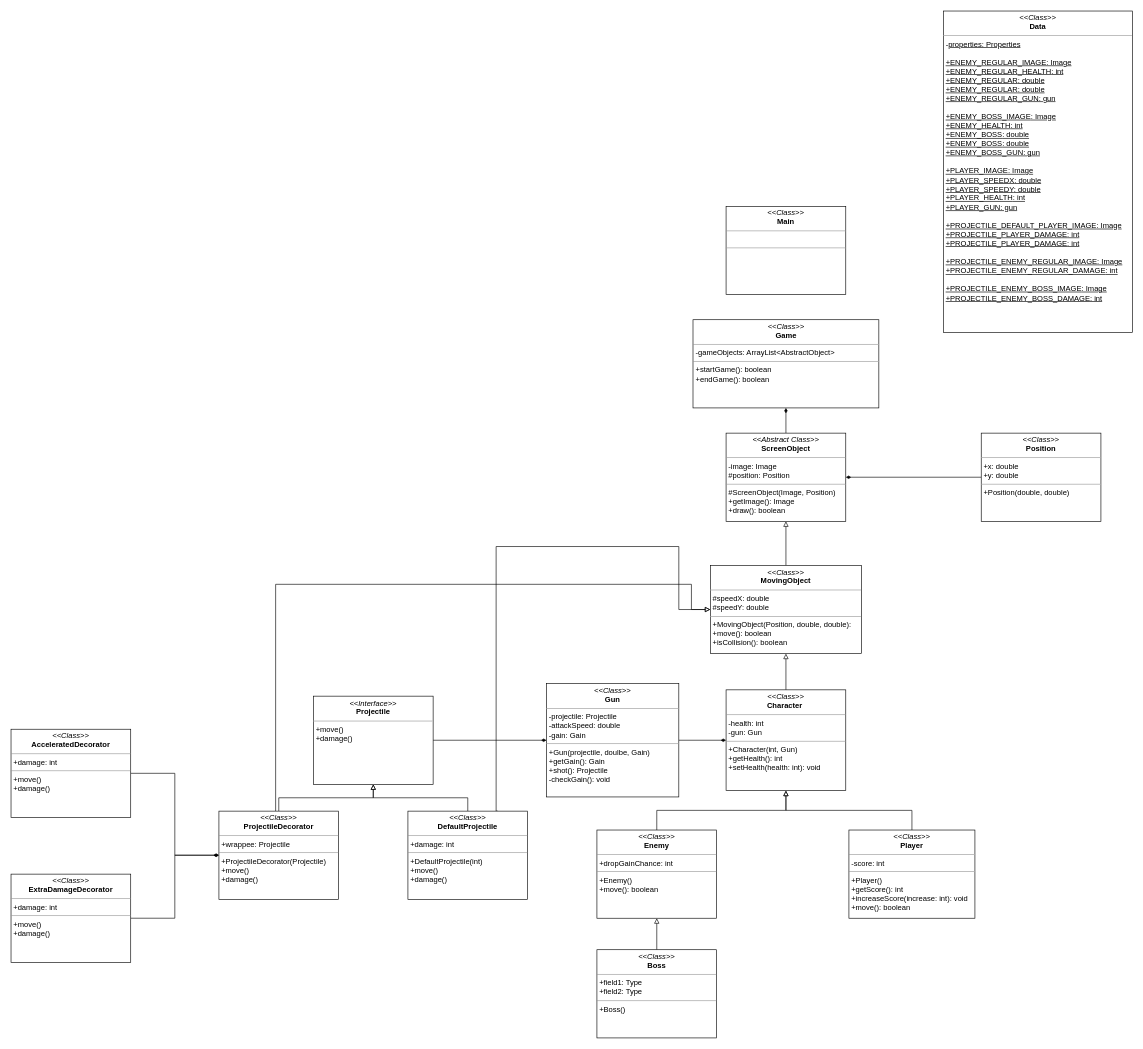
Above: Untitled Diagram.drawio in mifeus42/UML (draw.io), before the change. Source tidied: cells renumbered, new cells numbered last; positions are measured from the earlier drawing's top-left corner, leaving out a move shared by most shapes. Both pictures are drawn from the tidied source at 63%, with x=0, y=0 at pixel (11, 11).
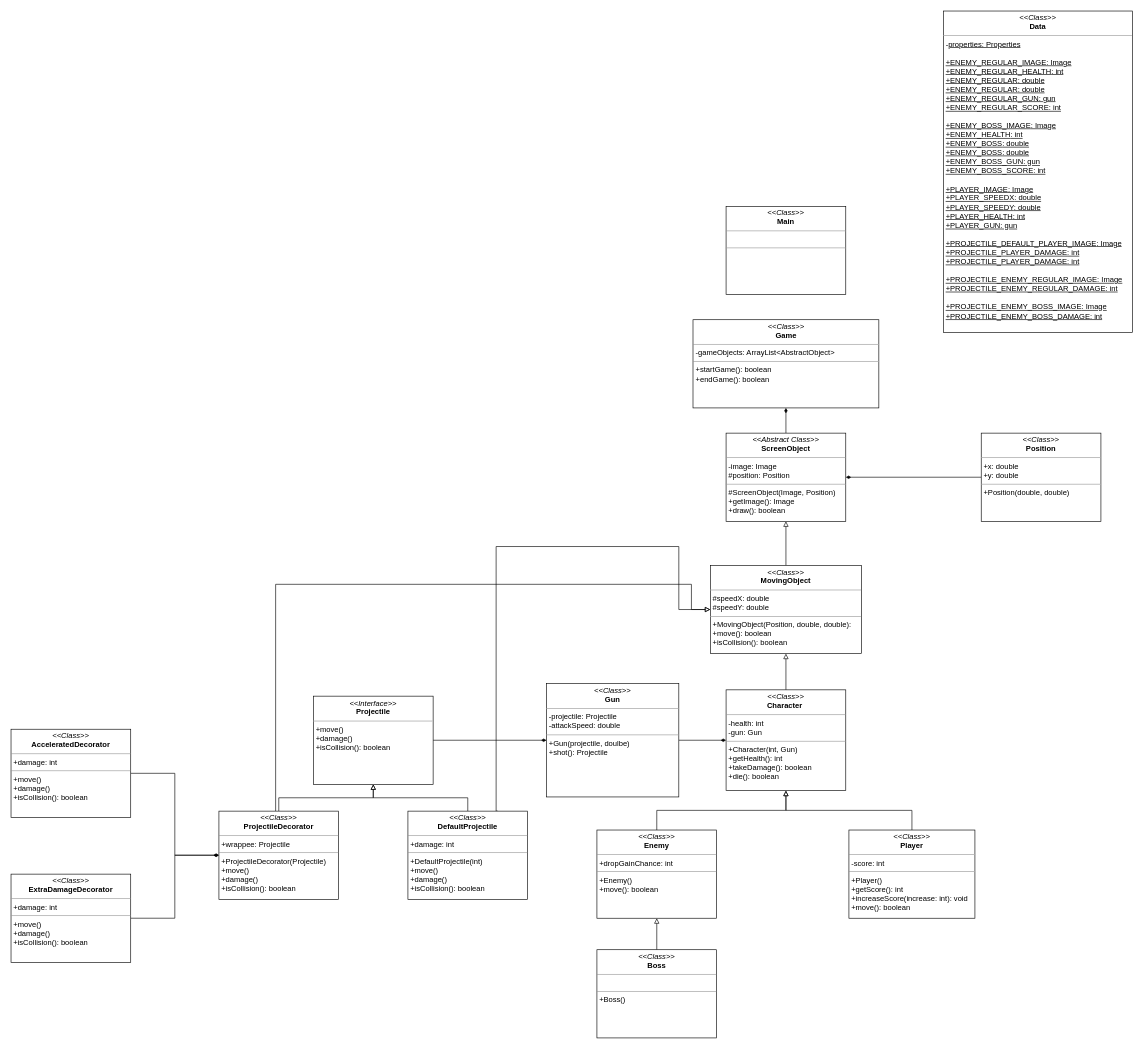
The same diagram, later.

What changed in the source:
```diff
@@
-    <mxCell id="5" value="&lt;p style=&quot;margin: 0px ; margin-top: 4px ; text-align: center&quot;&gt;&lt;i&gt;&amp;lt;&amp;lt;Class&amp;gt;&amp;gt;&lt;/i&gt;&lt;br&gt;&lt;b&gt;Gun&lt;/b&gt;&lt;/p&gt;&lt;hr size=&quot;1&quot;&gt;&lt;p style=&quot;margin: 0px ; margin-left: 4px&quot;&gt;-projectile: Projectile&lt;br&gt;-attackSpeed: double&lt;br&gt;&lt;/p&gt;&lt;p style=&quot;margin: 0px ; margin-left: 4px&quot;&gt;-gain: Gain&lt;/p&gt;&lt;hr size=&quot;1&quot;&gt;&lt;p style=&quot;margin: 0px ; margin-left: 4px&quot;&gt;+Gun(projectile, doulbe, Gain)&lt;/p&gt;&lt;p style=&quot;margin: 0px ; margin-left: 4px&quot;&gt;+getGain(): Gain&lt;/p&gt;&lt;p style=&quot;margin: 0px ; margin-left: 4px&quot;&gt;+shot(): Projectile&lt;br&gt;&lt;/p&gt;&lt;p style=&quot;margin: 0px ; margin-left: 4px&quot;&gt;-checkGain(): void&lt;/p&gt;" style="verticalAlign=top;align=left;overflow=fill;fontSize=12;fontFamily=Helvetica;html=1;" parent="1" vertex="1">
+    <mxCell id="5" value="&lt;p style=&quot;margin: 0px ; margin-top: 4px ; text-align: center&quot;&gt;&lt;i&gt;&amp;lt;&amp;lt;Class&amp;gt;&amp;gt;&lt;/i&gt;&lt;br&gt;&lt;b&gt;Gun&lt;/b&gt;&lt;/p&gt;&lt;hr size=&quot;1&quot;&gt;&lt;p style=&quot;margin: 0px ; margin-left: 4px&quot;&gt;-projectile: Projectile&lt;br&gt;-attackSpeed: double&lt;/p&gt;&lt;hr size=&quot;1&quot;&gt;&lt;p style=&quot;margin: 0px ; margin-left: 4px&quot;&gt;+Gun(projectile, doulbe)&lt;/p&gt;&lt;p style=&quot;margin: 0px ; margin-left: 4px&quot;&gt;+shot(): Projectile&lt;/p&gt;" style="verticalAlign=top;align=left;overflow=fill;fontSize=12;fontFamily=Helvetica;html=1;" parent="1" vertex="1">
       <mxGeometry x="850" y="1067.5" width="210" height="180" as="geometry" />
     </mxCell>
@@
-    <mxCell id="18" value="&lt;p style=&quot;margin: 0px ; margin-top: 4px ; text-align: center&quot;&gt;&lt;i&gt;&amp;lt;&amp;lt;Interface&amp;gt;&amp;gt;&lt;/i&gt;&lt;br&gt;&lt;b&gt;Projectile&lt;/b&gt;&lt;/p&gt;&lt;hr size=&quot;1&quot;&gt;&lt;p style=&quot;margin: 0px ; margin-left: 4px&quot;&gt;&lt;/p&gt;&lt;p style=&quot;margin: 0px ; margin-left: 4px&quot;&gt;+move()&lt;/p&gt;&lt;p style=&quot;margin: 0px ; margin-left: 4px&quot;&gt;+damage()&lt;/p&gt;" style="verticalAlign=top;align=left;overflow=fill;fontSize=12;fontFamily=Helvetica;html=1;" parent="1" vertex="1">
+    <mxCell id="18" value="&lt;p style=&quot;margin: 0px ; margin-top: 4px ; text-align: center&quot;&gt;&lt;i&gt;&amp;lt;&amp;lt;Interface&amp;gt;&amp;gt;&lt;/i&gt;&lt;br&gt;&lt;b&gt;Projectile&lt;/b&gt;&lt;/p&gt;&lt;hr size=&quot;1&quot;&gt;&lt;p style=&quot;margin: 0px ; margin-left: 4px&quot;&gt;&lt;/p&gt;&lt;p style=&quot;margin: 0px ; margin-left: 4px&quot;&gt;+move()&lt;/p&gt;&lt;p style=&quot;margin: 0px ; margin-left: 4px&quot;&gt;+damage()&lt;/p&gt;&lt;p style=&quot;margin: 0px ; margin-left: 4px&quot;&gt;+isCollision(): boolean&lt;br&gt;&lt;/p&gt;" style="verticalAlign=top;align=left;overflow=fill;fontSize=12;fontFamily=Helvetica;html=1;" parent="1" vertex="1">
       <mxGeometry x="480" y="1087.5" width="190" height="140" as="geometry" />
     </mxCell>
@@
-    <mxCell id="20" value="&lt;p style=&quot;margin: 0px ; margin-top: 4px ; text-align: center&quot;&gt;&lt;i&gt;&amp;lt;&amp;lt;Class&amp;gt;&amp;gt;&lt;/i&gt;&lt;br&gt;&lt;b&gt;Character&amp;nbsp;&lt;/b&gt;&lt;/p&gt;&lt;hr size=&quot;1&quot;&gt;&lt;p style=&quot;margin: 0px ; margin-left: 4px&quot;&gt;-health: int&lt;br&gt;-gun: Gun&lt;/p&gt;&lt;hr size=&quot;1&quot;&gt;&lt;p style=&quot;margin: 0px ; margin-left: 4px&quot;&gt;+Character(int, Gun)&lt;/p&gt;&lt;p style=&quot;margin: 0px ; margin-left: 4px&quot;&gt;+getHealth(): int&lt;/p&gt;&lt;p style=&quot;margin: 0px ; margin-left: 4px&quot;&gt;+setHealth(health: int): void&lt;/p&gt;" style="verticalAlign=top;align=left;overflow=fill;fontSize=12;fontFamily=Helvetica;html=1;" parent="1" vertex="1">
+    <mxCell id="20" value="&lt;p style=&quot;margin: 0px ; margin-top: 4px ; text-align: center&quot;&gt;&lt;i&gt;&amp;lt;&amp;lt;Class&amp;gt;&amp;gt;&lt;/i&gt;&lt;br&gt;&lt;b&gt;Character&amp;nbsp;&lt;/b&gt;&lt;/p&gt;&lt;hr size=&quot;1&quot;&gt;&lt;p style=&quot;margin: 0px ; margin-left: 4px&quot;&gt;-health: int&lt;br&gt;-gun: Gun&lt;/p&gt;&lt;hr size=&quot;1&quot;&gt;&lt;p style=&quot;margin: 0px ; margin-left: 4px&quot;&gt;+Character(int, Gun)&lt;/p&gt;&lt;p style=&quot;margin: 0px ; margin-left: 4px&quot;&gt;+getHealth(): int&lt;/p&gt;&lt;p style=&quot;margin: 0px ; margin-left: 4px&quot;&gt;+takeDamage(): boolean&lt;/p&gt;&lt;p style=&quot;margin: 0px ; margin-left: 4px&quot;&gt;+die(): boolean&lt;/p&gt;" style="verticalAlign=top;align=left;overflow=fill;fontSize=12;fontFamily=Helvetica;html=1;" parent="1" vertex="1">
       <mxGeometry x="1135" y="1077.5" width="190" height="160" as="geometry" />
     </mxCell>
@@
-    <mxCell id="22" value="&lt;p style=&quot;margin: 0px ; margin-top: 4px ; text-align: center&quot;&gt;&lt;i&gt;&amp;lt;&amp;lt;Class&amp;gt;&amp;gt;&lt;/i&gt;&lt;br&gt;&lt;b&gt;Boss&lt;/b&gt;&lt;/p&gt;&lt;hr size=&quot;1&quot;&gt;&lt;p style=&quot;margin: 0px ; margin-left: 4px&quot;&gt;+field1: Type&lt;br&gt;+field2: Type&lt;br&gt;&lt;/p&gt;&lt;hr size=&quot;1&quot;&gt;&lt;p style=&quot;margin: 0px ; margin-left: 4px&quot;&gt;+Boss()&lt;/p&gt;" style="verticalAlign=top;align=left;overflow=fill;fontSize=12;fontFamily=Helvetica;html=1;" parent="1" vertex="1">
+    <mxCell id="22" value="&lt;p style=&quot;margin: 0px ; margin-top: 4px ; text-align: center&quot;&gt;&lt;i&gt;&amp;lt;&amp;lt;Class&amp;gt;&amp;gt;&lt;/i&gt;&lt;br&gt;&lt;b&gt;Boss&lt;/b&gt;&lt;/p&gt;&lt;hr size=&quot;1&quot;&gt;&lt;p style=&quot;margin: 0px ; margin-left: 4px&quot;&gt;&lt;br&gt;&lt;/p&gt;&lt;hr size=&quot;1&quot;&gt;&lt;p style=&quot;margin: 0px ; margin-left: 4px&quot;&gt;+Boss()&lt;/p&gt;" style="verticalAlign=top;align=left;overflow=fill;fontSize=12;fontFamily=Helvetica;html=1;" parent="1" vertex="1">
       <mxGeometry x="930" y="1490" width="190" height="140" as="geometry" />
     </mxCell>
-    <mxCell id="23" value="&lt;p style=&quot;margin: 0px ; margin-top: 4px ; text-align: center&quot;&gt;&lt;i&gt;&amp;lt;&amp;lt;Class&amp;gt;&amp;gt;&lt;/i&gt;&lt;br&gt;&lt;b&gt;Data&lt;/b&gt;&lt;/p&gt;&lt;hr size=&quot;1&quot;&gt;&lt;p style=&quot;margin: 0px ; margin-left: 4px&quot;&gt;-&lt;u&gt;properties: Properties&lt;/u&gt;&lt;/p&gt;&lt;p style=&quot;margin: 0px ; margin-left: 4px&quot;&gt;&lt;u&gt;&lt;br&gt;&lt;/u&gt;&lt;/p&gt;&lt;p style=&quot;margin: 0px ; margin-left: 4px&quot;&gt;&lt;u&gt;+ENEMY_REGULAR_IMAGE: Image&lt;/u&gt;&lt;/p&gt;&lt;p style=&quot;margin: 0px ; margin-left: 4px&quot;&gt;&lt;u&gt;+&lt;/u&gt;&lt;u&gt;ENEMY_REGULAR&lt;/u&gt;&lt;u&gt;_HEALTH&lt;/u&gt;&lt;u&gt;: int&lt;/u&gt;&lt;u&gt;&lt;br&gt;&lt;/u&gt;&lt;/p&gt;&lt;p style=&quot;margin: 0px 0px 0px 4px&quot;&gt;&lt;u&gt;+&lt;/u&gt;&lt;u&gt;ENEMY_REGULAR&lt;/u&gt;&lt;u&gt;: double&lt;/u&gt;&lt;u&gt;&lt;br&gt;&lt;/u&gt;&lt;/p&gt;&lt;p style=&quot;margin: 0px 0px 0px 4px&quot;&gt;&lt;u&gt;+&lt;/u&gt;&lt;u&gt;ENEMY_REGULAR&lt;/u&gt;&lt;u&gt;: double&lt;/u&gt;&lt;/p&gt;&lt;p style=&quot;margin: 0px 0px 0px 4px&quot;&gt;&lt;u&gt;+ENEMY_&lt;/u&gt;&lt;u&gt;REGULAR&lt;/u&gt;&lt;u&gt;_GUN: gun&lt;/u&gt;&lt;/p&gt;&lt;p style=&quot;margin: 0px ; margin-left: 4px&quot;&gt;&lt;u&gt;&lt;br&gt;&lt;/u&gt;&lt;/p&gt;&lt;p style=&quot;margin: 0px ; margin-left: 4px&quot;&gt;&lt;u&gt;+ENEMY_BOSS_IMAGE&lt;/u&gt;&lt;u&gt;: Image&lt;/u&gt;&lt;/p&gt;&lt;p style=&quot;margin: 0px ; margin-left: 4px&quot;&gt;&lt;u&gt;+&lt;/u&gt;&lt;u&gt;ENEMY&lt;/u&gt;&lt;u&gt;_HEALTH&lt;/u&gt;&lt;u&gt;: int&lt;/u&gt;&lt;u&gt;&lt;br&gt;&lt;/u&gt;&lt;/p&gt;&lt;p style=&quot;margin: 0px 0px 0px 4px&quot;&gt;&lt;u&gt;+&lt;/u&gt;&lt;u&gt;ENEMY_BOSS&lt;/u&gt;&lt;u&gt;: double&lt;/u&gt;&lt;u&gt;&lt;br&gt;&lt;/u&gt;&lt;/p&gt;&lt;p style=&quot;margin: 0px 0px 0px 4px&quot;&gt;&lt;u&gt;+&lt;/u&gt;&lt;u&gt;ENEMY_BOSS&lt;/u&gt;&lt;u&gt;: double&lt;/u&gt;&lt;/p&gt;&lt;p style=&quot;margin: 0px 0px 0px 4px&quot;&gt;&lt;u&gt;+ENEMY_BOSS_GUN: gun&lt;/u&gt;&lt;/p&gt;&lt;p style=&quot;margin: 0px ; margin-left: 4px&quot;&gt;&lt;u&gt;&lt;br&gt;+PLAYER_IMAGE&lt;/u&gt;&lt;u&gt;: Image&lt;/u&gt;&lt;/p&gt;&lt;p style=&quot;margin: 0px ; margin-left: 4px&quot;&gt;&lt;u&gt;+PLAYER_SPEEDX&lt;/u&gt;&lt;u&gt;: double&lt;/u&gt;&lt;u&gt;&lt;br&gt;&lt;/u&gt;&lt;/p&gt;&lt;p style=&quot;margin: 0px ; margin-left: 4px&quot;&gt;&lt;u&gt;+PLAYER_SPEEDY&lt;/u&gt;&lt;u&gt;: double&lt;/u&gt;&lt;/p&gt;&lt;p style=&quot;margin: 0px ; margin-left: 4px&quot;&gt;&lt;u&gt;+PLAYER_HEALTH&lt;/u&gt;&lt;u&gt;: int&lt;/u&gt;&lt;u&gt;&lt;br&gt;&lt;/u&gt;&lt;/p&gt;&lt;p style=&quot;margin: 0px ; margin-left: 4px&quot;&gt;&lt;u&gt;+PLAYER_GUN: gun&lt;/u&gt;&lt;/p&gt;&lt;p style=&quot;margin: 0px ; margin-left: 4px&quot;&gt;&lt;br&gt;&lt;/p&gt;&lt;p style=&quot;margin: 0px ; margin-left: 4px&quot;&gt;&lt;u&gt;+PROJECTILE_DEFAULT_PLAYER_IMAGE&lt;/u&gt;&lt;u&gt;: Image&lt;/u&gt;&lt;/p&gt;&lt;p style=&quot;margin: 0px ; margin-left: 4px&quot;&gt;&lt;u&gt;+PROJECTILE_PLAYER_DAMAGE&lt;/u&gt;&lt;u&gt;: int&lt;/u&gt;&lt;u&gt;&lt;br&gt;&lt;/u&gt;&lt;/p&gt;&lt;p style=&quot;margin: 0px ; margin-left: 4px&quot;&gt;&lt;u&gt;+PROJECTILE_PLAYER_DAMAGE&lt;/u&gt;&lt;u&gt;: int&lt;/u&gt;&lt;u&gt;&lt;br&gt;&lt;/u&gt;&lt;/p&gt;&lt;p style=&quot;margin: 0px ; margin-left: 4px&quot;&gt;&lt;u&gt;&lt;br&gt;&lt;/u&gt;&lt;/p&gt;&lt;p style=&quot;margin: 0px ; margin-left: 4px&quot;&gt;&lt;u&gt;+PROJECTILE_ENEMY_REGULAR_IMAGE&lt;/u&gt;&lt;u&gt;: Image&lt;/u&gt;&lt;/p&gt;&lt;p style=&quot;margin: 0px ; margin-left: 4px&quot;&gt;&lt;u&gt;+PROJECTILE_ENEMY_REGULAR_DAMAGE&lt;/u&gt;&lt;u&gt;: int&lt;/u&gt;&lt;/p&gt;&lt;p style=&quot;margin: 0px ; margin-left: 4px&quot;&gt;&lt;u&gt;&lt;br&gt;+PROJECTILE_ENEMY_BOSS_IMAGE&lt;/u&gt;&lt;u&gt;: Image&lt;/u&gt;&lt;/p&gt;&lt;p style=&quot;margin: 0px ; margin-left: 4px&quot;&gt;&lt;u&gt;+PROJECTILE_ENEMY_BOSS_DAMAGE&lt;/u&gt;&lt;u&gt;: int&lt;/u&gt;&lt;br&gt;&lt;/p&gt;&lt;br&gt;&lt;p style=&quot;margin: 0px ; margin-left: 4px&quot;&gt;&lt;br&gt;&lt;/p&gt;" style="verticalAlign=top;align=left;overflow=fill;fontSize=12;fontFamily=Helvetica;html=1;" parent="1" vertex="1">
+    <mxCell id="23" value="&lt;p style=&quot;margin: 0px ; margin-top: 4px ; text-align: center&quot;&gt;&lt;i&gt;&amp;lt;&amp;lt;Class&amp;gt;&amp;gt;&lt;/i&gt;&lt;br&gt;&lt;b&gt;Data&lt;/b&gt;&lt;/p&gt;&lt;hr size=&quot;1&quot;&gt;&lt;p style=&quot;margin: 0px ; margin-left: 4px&quot;&gt;-&lt;u&gt;properties: Properties&lt;/u&gt;&lt;/p&gt;&lt;p style=&quot;margin: 0px ; margin-left: 4px&quot;&gt;&lt;u&gt;&lt;br&gt;&lt;/u&gt;&lt;/p&gt;&lt;p style=&quot;margin: 0px ; margin-left: 4px&quot;&gt;&lt;u&gt;+ENEMY_REGULAR_IMAGE: Image&lt;/u&gt;&lt;/p&gt;&lt;p style=&quot;margin: 0px ; margin-left: 4px&quot;&gt;&lt;u&gt;+&lt;/u&gt;&lt;u&gt;ENEMY_REGULAR&lt;/u&gt;&lt;u&gt;_HEALTH&lt;/u&gt;&lt;u&gt;: int&lt;/u&gt;&lt;u&gt;&lt;br&gt;&lt;/u&gt;&lt;/p&gt;&lt;p style=&quot;margin: 0px 0px 0px 4px&quot;&gt;&lt;u&gt;+&lt;/u&gt;&lt;u&gt;ENEMY_REGULAR&lt;/u&gt;&lt;u&gt;: double&lt;/u&gt;&lt;u&gt;&lt;br&gt;&lt;/u&gt;&lt;/p&gt;&lt;p style=&quot;margin: 0px 0px 0px 4px&quot;&gt;&lt;u&gt;+&lt;/u&gt;&lt;u&gt;ENEMY_REGULAR&lt;/u&gt;&lt;u&gt;: double&lt;/u&gt;&lt;/p&gt;&lt;p style=&quot;margin: 0px 0px 0px 4px&quot;&gt;&lt;u&gt;+ENEMY_&lt;/u&gt;&lt;u&gt;REGULAR&lt;/u&gt;&lt;u&gt;_GUN: gun&lt;/u&gt;&lt;/p&gt;&lt;p style=&quot;margin: 0px 0px 0px 4px&quot;&gt;&lt;u&gt;+ENEMY_REGULAR_SCORE: int&lt;/u&gt;&lt;br&gt;&lt;/p&gt;&lt;p style=&quot;margin: 0px ; margin-left: 4px&quot;&gt;&lt;u&gt;&lt;br&gt;&lt;/u&gt;&lt;/p&gt;&lt;p style=&quot;margin: 0px ; margin-left: 4px&quot;&gt;&lt;u&gt;+ENEMY_BOSS_IMAGE&lt;/u&gt;&lt;u&gt;: Image&lt;/u&gt;&lt;/p&gt;&lt;p style=&quot;margin: 0px ; margin-left: 4px&quot;&gt;&lt;u&gt;+&lt;/u&gt;&lt;u&gt;ENEMY&lt;/u&gt;&lt;u&gt;_HEALTH&lt;/u&gt;&lt;u&gt;: int&lt;/u&gt;&lt;u&gt;&lt;br&gt;&lt;/u&gt;&lt;/p&gt;&lt;p style=&quot;margin: 0px 0px 0px 4px&quot;&gt;&lt;u&gt;+&lt;/u&gt;&lt;u&gt;ENEMY_BOSS&lt;/u&gt;&lt;u&gt;: double&lt;/u&gt;&lt;u&gt;&lt;br&gt;&lt;/u&gt;&lt;/p&gt;&lt;p style=&quot;margin: 0px 0px 0px 4px&quot;&gt;&lt;u&gt;+&lt;/u&gt;&lt;u&gt;ENEMY_BOSS&lt;/u&gt;&lt;u&gt;: double&lt;/u&gt;&lt;/p&gt;&lt;p style=&quot;margin: 0px 0px 0px 4px&quot;&gt;&lt;u&gt;+ENEMY_BOSS_GUN: gun&lt;/u&gt;&lt;/p&gt;&lt;p style=&quot;margin: 0px 0px 0px 4px&quot;&gt;&lt;u&gt;+ENEMY_BOSS_SCORE: int&lt;/u&gt;&lt;u&gt;&lt;br&gt;&lt;/u&gt;&lt;/p&gt;&lt;p style=&quot;margin: 0px ; margin-left: 4px&quot;&gt;&lt;u&gt;&lt;br&gt;+PLAYER_IMAGE&lt;/u&gt;&lt;u&gt;: Image&lt;/u&gt;&lt;/p&gt;&lt;p style=&quot;margin: 0px ; margin-left: 4px&quot;&gt;&lt;u&gt;+PLAYER_SPEEDX&lt;/u&gt;&lt;u&gt;: double&lt;/u&gt;&lt;u&gt;&lt;br&gt;&lt;/u&gt;&lt;/p&gt;&lt;p style=&quot;margin: 0px ; margin-left: 4px&quot;&gt;&lt;u&gt;+PLAYER_SPEEDY&lt;/u&gt;&lt;u&gt;: double&lt;/u&gt;&lt;/p&gt;&lt;p style=&quot;margin: 0px ; margin-left: 4px&quot;&gt;&lt;u&gt;+PLAYER_HEALTH&lt;/u&gt;&lt;u&gt;: int&lt;/u&gt;&lt;u&gt;&lt;br&gt;&lt;/u&gt;&lt;/p&gt;&lt;p style=&quot;margin: 0px ; margin-left: 4px&quot;&gt;&lt;u&gt;+PLAYER_GUN: gun&lt;/u&gt;&lt;/p&gt;&lt;p style=&quot;margin: 0px ; margin-left: 4px&quot;&gt;&lt;br&gt;&lt;/p&gt;&lt;p style=&quot;margin: 0px ; margin-left: 4px&quot;&gt;&lt;u&gt;+PROJECTILE_DEFAULT_PLAYER_IMAGE&lt;/u&gt;&lt;u&gt;: Image&lt;/u&gt;&lt;/p&gt;&lt;p style=&quot;margin: 0px ; margin-left: 4px&quot;&gt;&lt;u&gt;+PROJECTILE_PLAYER_DAMAGE&lt;/u&gt;&lt;u&gt;: int&lt;/u&gt;&lt;u&gt;&lt;br&gt;&lt;/u&gt;&lt;/p&gt;&lt;p style=&quot;margin: 0px ; margin-left: 4px&quot;&gt;&lt;u&gt;+PROJECTILE_PLAYER_DAMAGE&lt;/u&gt;&lt;u&gt;: int&lt;/u&gt;&lt;u&gt;&lt;br&gt;&lt;/u&gt;&lt;/p&gt;&lt;p style=&quot;margin: 0px ; margin-left: 4px&quot;&gt;&lt;u&gt;&lt;br&gt;&lt;/u&gt;&lt;/p&gt;&lt;p style=&quot;margin: 0px ; margin-left: 4px&quot;&gt;&lt;u&gt;+PROJECTILE_ENEMY_REGULAR_IMAGE&lt;/u&gt;&lt;u&gt;: Image&lt;/u&gt;&lt;/p&gt;&lt;p style=&quot;margin: 0px ; margin-left: 4px&quot;&gt;&lt;u&gt;+PROJECTILE_ENEMY_REGULAR_DAMAGE&lt;/u&gt;&lt;u&gt;: int&lt;/u&gt;&lt;/p&gt;&lt;p style=&quot;margin: 0px ; margin-left: 4px&quot;&gt;&lt;u&gt;&lt;br&gt;+PROJECTILE_ENEMY_BOSS_IMAGE&lt;/u&gt;&lt;u&gt;: Image&lt;/u&gt;&lt;/p&gt;&lt;p style=&quot;margin: 0px ; margin-left: 4px&quot;&gt;&lt;u&gt;+PROJECTILE_ENEMY_BOSS_DAMAGE&lt;/u&gt;&lt;u&gt;: int&lt;/u&gt;&lt;br&gt;&lt;/p&gt;&lt;br&gt;&lt;p style=&quot;margin: 0px ; margin-left: 4px&quot;&gt;&lt;br&gt;&lt;/p&gt;" style="verticalAlign=top;align=left;overflow=fill;fontSize=12;fontFamily=Helvetica;html=1;" parent="1" vertex="1">
       <mxGeometry x="1480" width="300" height="510" as="geometry" />
     </mxCell>
@@
-    <mxCell id="26" value="&lt;p style=&quot;margin: 0px ; margin-top: 4px ; text-align: center&quot;&gt;&lt;i&gt;&amp;lt;&amp;lt;Class&amp;gt;&amp;gt;&lt;/i&gt;&lt;br&gt;&lt;b&gt;ProjectileDecorator&lt;/b&gt;&lt;/p&gt;&lt;hr size=&quot;1&quot;&gt;&lt;p style=&quot;margin: 0px ; margin-left: 4px&quot;&gt;+wrappee: Projectile&lt;br&gt;&lt;/p&gt;&lt;hr size=&quot;1&quot;&gt;&lt;p style=&quot;margin: 0px ; margin-left: 4px&quot;&gt;&lt;span style=&quot;text-align: center&quot;&gt;+ProjectileDecorator(Projectile)&lt;/span&gt;&lt;br&gt;&lt;/p&gt;&lt;p style=&quot;margin: 0px 0px 0px 4px&quot;&gt;+move()&lt;/p&gt;&lt;p style=&quot;margin: 0px 0px 0px 4px&quot;&gt;+damage()&lt;/p&gt;" style="verticalAlign=top;align=left;overflow=fill;fontSize=12;fontFamily=Helvetica;html=1;" parent="1" vertex="1">
+    <mxCell id="26" value="&lt;p style=&quot;margin: 0px ; margin-top: 4px ; text-align: center&quot;&gt;&lt;i&gt;&amp;lt;&amp;lt;Class&amp;gt;&amp;gt;&lt;/i&gt;&lt;br&gt;&lt;b&gt;ProjectileDecorator&lt;/b&gt;&lt;/p&gt;&lt;hr size=&quot;1&quot;&gt;&lt;p style=&quot;margin: 0px ; margin-left: 4px&quot;&gt;+wrappee: Projectile&lt;br&gt;&lt;/p&gt;&lt;hr size=&quot;1&quot;&gt;&lt;p style=&quot;margin: 0px ; margin-left: 4px&quot;&gt;&lt;span style=&quot;text-align: center&quot;&gt;+ProjectileDecorator(Projectile)&lt;/span&gt;&lt;br&gt;&lt;/p&gt;&lt;p style=&quot;margin: 0px 0px 0px 4px&quot;&gt;+move()&lt;/p&gt;&lt;p style=&quot;margin: 0px 0px 0px 4px&quot;&gt;+damage()&lt;/p&gt;&lt;p style=&quot;margin: 0px 0px 0px 4px&quot;&gt;+isCollision(): boolean&lt;br&gt;&lt;/p&gt;" style="verticalAlign=top;align=left;overflow=fill;fontSize=12;fontFamily=Helvetica;html=1;" parent="1" vertex="1">
       <mxGeometry x="330" y="1270" width="190" height="140" as="geometry" />
     </mxCell>
@@
-    <mxCell id="28" value="&lt;p style=&quot;margin: 0px ; margin-top: 4px ; text-align: center&quot;&gt;&lt;i&gt;&amp;lt;&amp;lt;Class&amp;gt;&amp;gt;&lt;/i&gt;&lt;br&gt;&lt;b&gt;DefaultProjectile&lt;/b&gt;&lt;/p&gt;&lt;hr size=&quot;1&quot;&gt;&lt;p style=&quot;margin: 0px ; margin-left: 4px&quot;&gt;+damage: int&lt;br&gt;&lt;/p&gt;&lt;hr size=&quot;1&quot;&gt;&lt;p style=&quot;margin: 0px ; margin-left: 4px&quot;&gt;&lt;span style=&quot;text-align: center&quot;&gt;+DefaultProjectile(int)&lt;/span&gt;&lt;br&gt;&lt;/p&gt;&lt;p style=&quot;margin: 0px 0px 0px 4px&quot;&gt;+move()&lt;/p&gt;&lt;p style=&quot;margin: 0px 0px 0px 4px&quot;&gt;+damage()&lt;/p&gt;" style="verticalAlign=top;align=left;overflow=fill;fontSize=12;fontFamily=Helvetica;html=1;" parent="1" vertex="1">
+    <mxCell id="28" value="&lt;p style=&quot;margin: 0px ; margin-top: 4px ; text-align: center&quot;&gt;&lt;i&gt;&amp;lt;&amp;lt;Class&amp;gt;&amp;gt;&lt;/i&gt;&lt;br&gt;&lt;b&gt;DefaultProjectile&lt;/b&gt;&lt;/p&gt;&lt;hr size=&quot;1&quot;&gt;&lt;p style=&quot;margin: 0px ; margin-left: 4px&quot;&gt;+damage: int&lt;br&gt;&lt;/p&gt;&lt;hr size=&quot;1&quot;&gt;&lt;p style=&quot;margin: 0px ; margin-left: 4px&quot;&gt;&lt;span style=&quot;text-align: center&quot;&gt;+DefaultProjectile(int)&lt;/span&gt;&lt;br&gt;&lt;/p&gt;&lt;p style=&quot;margin: 0px 0px 0px 4px&quot;&gt;+move()&lt;/p&gt;&lt;p style=&quot;margin: 0px 0px 0px 4px&quot;&gt;+damage()&lt;/p&gt;&lt;p style=&quot;margin: 0px 0px 0px 4px&quot;&gt;+isCollision(): boolean&lt;br&gt;&lt;/p&gt;" style="verticalAlign=top;align=left;overflow=fill;fontSize=12;fontFamily=Helvetica;html=1;" parent="1" vertex="1">
       <mxGeometry x="630" y="1270" width="190" height="140" as="geometry" />
     </mxCell>
@@
-    <mxCell id="30" value="&lt;p style=&quot;margin: 0px ; margin-top: 4px ; text-align: center&quot;&gt;&lt;i&gt;&amp;lt;&amp;lt;Class&amp;gt;&amp;gt;&lt;/i&gt;&lt;br&gt;&lt;b&gt;AcceleratedDecorator&lt;/b&gt;&lt;/p&gt;&lt;hr size=&quot;1&quot;&gt;&lt;p style=&quot;margin: 0px ; margin-left: 4px&quot;&gt;+damage: int&lt;br&gt;&lt;/p&gt;&lt;hr size=&quot;1&quot;&gt;&lt;p style=&quot;margin: 0px 0px 0px 4px&quot;&gt;+move()&lt;/p&gt;&lt;p style=&quot;margin: 0px 0px 0px 4px&quot;&gt;+damage()&lt;/p&gt;" style="verticalAlign=top;align=left;overflow=fill;fontSize=12;fontFamily=Helvetica;html=1;" parent="1" vertex="1">
+    <mxCell id="30" value="&lt;p style=&quot;margin: 0px ; margin-top: 4px ; text-align: center&quot;&gt;&lt;i&gt;&amp;lt;&amp;lt;Class&amp;gt;&amp;gt;&lt;/i&gt;&lt;br&gt;&lt;b&gt;AcceleratedDecorator&lt;/b&gt;&lt;/p&gt;&lt;hr size=&quot;1&quot;&gt;&lt;p style=&quot;margin: 0px ; margin-left: 4px&quot;&gt;+damage: int&lt;br&gt;&lt;/p&gt;&lt;hr size=&quot;1&quot;&gt;&lt;p style=&quot;margin: 0px 0px 0px 4px&quot;&gt;+move()&lt;/p&gt;&lt;p style=&quot;margin: 0px 0px 0px 4px&quot;&gt;+damage()&lt;/p&gt;&lt;p style=&quot;margin: 0px 0px 0px 4px&quot;&gt;+isCollision(): boolean&lt;br&gt;&lt;/p&gt;" style="verticalAlign=top;align=left;overflow=fill;fontSize=12;fontFamily=Helvetica;html=1;" parent="1" vertex="1">
       <mxGeometry y="1140" width="190" height="140" as="geometry" />
     </mxCell>
@@
-    <mxCell id="32" value="&lt;p style=&quot;margin: 0px ; margin-top: 4px ; text-align: center&quot;&gt;&lt;i&gt;&amp;lt;&amp;lt;Class&amp;gt;&amp;gt;&lt;/i&gt;&lt;br&gt;&lt;b&gt;ExtraDamageDecorator&lt;/b&gt;&lt;/p&gt;&lt;hr size=&quot;1&quot;&gt;&lt;p style=&quot;margin: 0px ; margin-left: 4px&quot;&gt;+damage: int&lt;br&gt;&lt;/p&gt;&lt;hr size=&quot;1&quot;&gt;&lt;p style=&quot;margin: 0px 0px 0px 4px&quot;&gt;+move()&lt;/p&gt;&lt;p style=&quot;margin: 0px 0px 0px 4px&quot;&gt;+damage()&lt;/p&gt;" style="verticalAlign=top;align=left;overflow=fill;fontSize=12;fontFamily=Helvetica;html=1;" parent="1" vertex="1">
+    <mxCell id="32" value="&lt;p style=&quot;margin: 0px ; margin-top: 4px ; text-align: center&quot;&gt;&lt;i&gt;&amp;lt;&amp;lt;Class&amp;gt;&amp;gt;&lt;/i&gt;&lt;br&gt;&lt;b&gt;ExtraDamageDecorator&lt;/b&gt;&lt;/p&gt;&lt;hr size=&quot;1&quot;&gt;&lt;p style=&quot;margin: 0px ; margin-left: 4px&quot;&gt;+damage: int&lt;br&gt;&lt;/p&gt;&lt;hr size=&quot;1&quot;&gt;&lt;p style=&quot;margin: 0px 0px 0px 4px&quot;&gt;+move()&lt;/p&gt;&lt;p style=&quot;margin: 0px 0px 0px 4px&quot;&gt;+damage()&lt;/p&gt;&lt;p style=&quot;margin: 0px 0px 0px 4px&quot;&gt;+isCollision(): boolean&lt;br&gt;&lt;/p&gt;" style="verticalAlign=top;align=left;overflow=fill;fontSize=12;fontFamily=Helvetica;html=1;" parent="1" vertex="1">
       <mxGeometry y="1370" width="190" height="140" as="geometry" />
     </mxCell>
```
